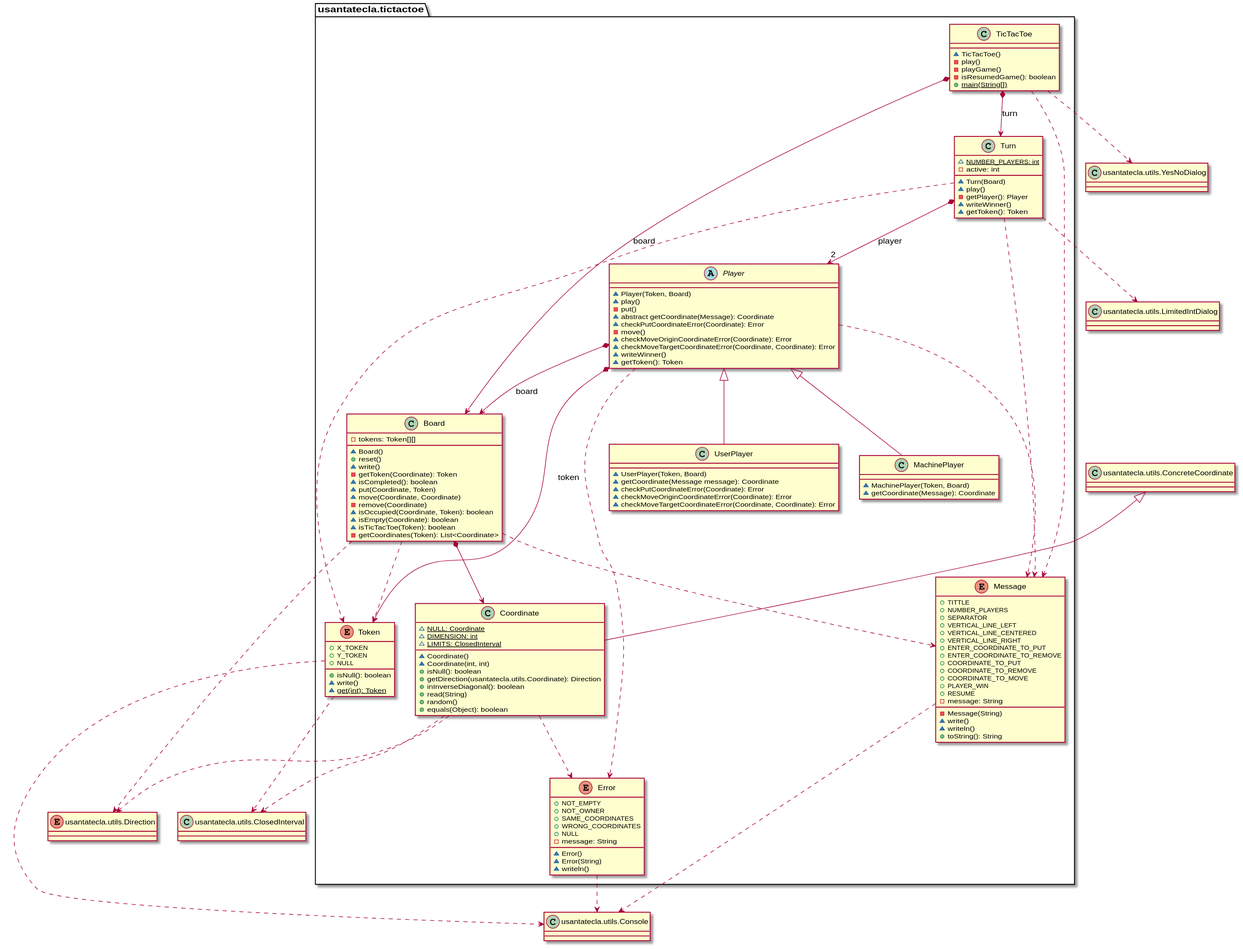
Earlier version of the PlantUML export domainModel/docs/diagrams/out/paquetes/tictactoe.svg (Jolucaa/USantaTecla-project-ticTacToe).
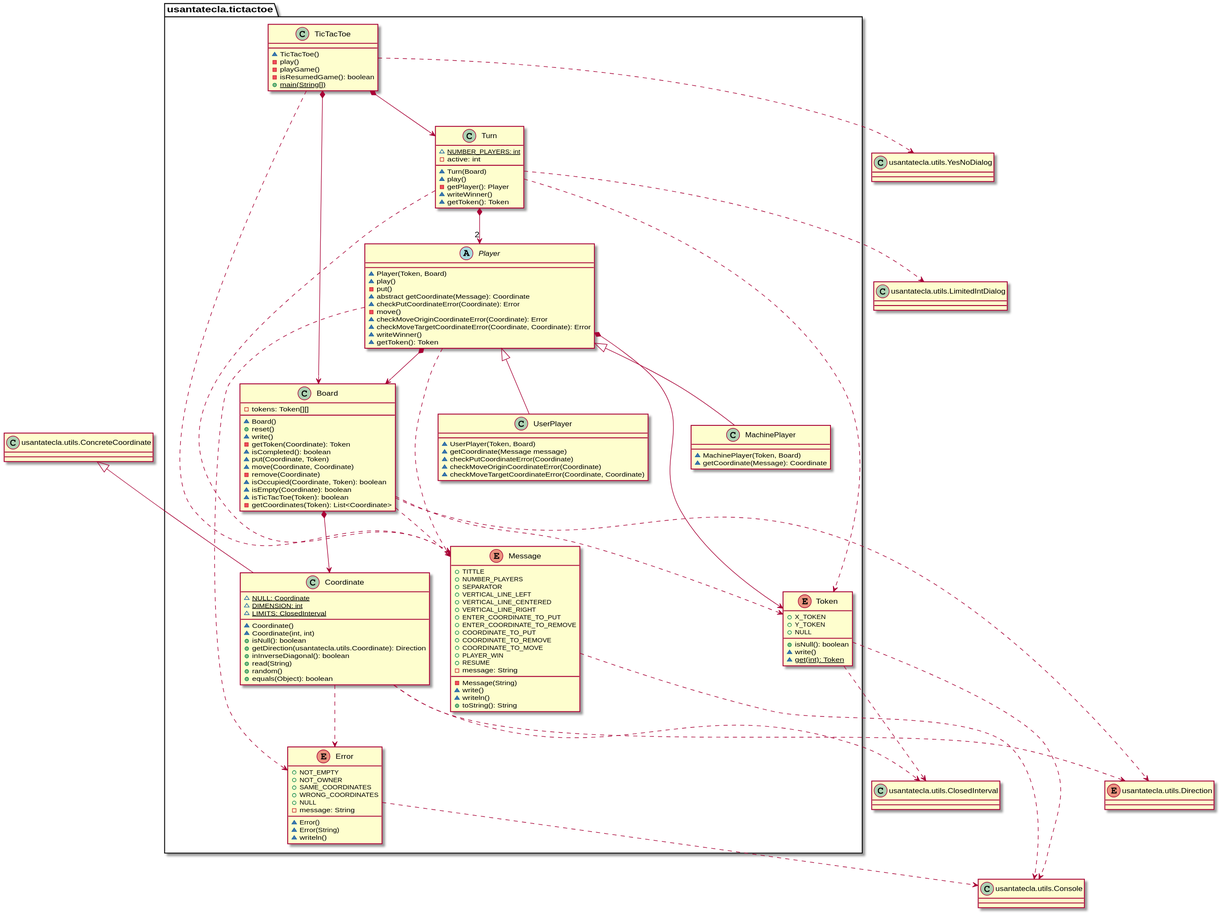
Above is the later version.

Commit message:
DomainModel diagrams finished

The edit, as a diff of the source:
```diff
@@ -112,20 +112,20 @@
 
 class UserPlayer extends Player {
 	~ UserPlayer(Token, Board)
-	~ getCoordinate(Message message): Coordinate
-	~ checkPutCoordinateError(Coordinate): Error
-	~ checkMoveOriginCoordinateError(Coordinate): Error
-	~ checkMoveTargetCoordinateError(Coordinate, Coordinate): Error
+	~ getCoordinate(Message message)
+	~ checkPutCoordinateError(Coordinate)
+	~ checkMoveOriginCoordinateError(Coordinate)
+	~ checkMoveTargetCoordinateError(Coordinate, Coordinate)
 }
 
-TicTacToe *-down-> Board : board
-TicTacToe *-down-> Turn : turn
+TicTacToe *-down-> Board
+TicTacToe *-down-> Turn
 
 Board .down.> Token
 Turn .down.> Token
-Player *-down-> Token : token
-Player *-down-> Board : board
-Turn *-down-> "2" Player : player
+Player *-down-> Token
+Player *-down-> Board
+Turn *-down-> "2" Player
 Board *-down-> Coordinate
 Player <|-down- MachinePlayer
 Coordinate .down.> Error
```
